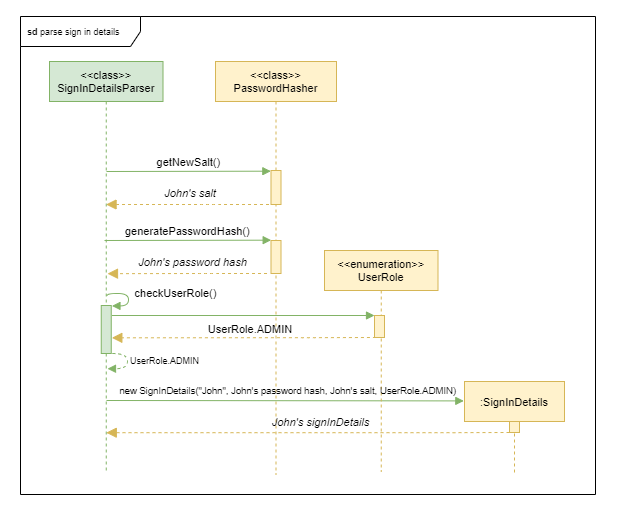
The draw.io diagram docs/developerGuideDiagrams/refFrameRegistration.png in theeugenechong/tp, before a commit. Source tidied: cells renumbered, new cells last; positions are measured from the earlier drawing's top-left corner, leaving out a move shared by most shapes. Its diagram source:
```xml
<mxGraphModel>
  <root>
    <mxCell id="0" />
    <mxCell id="1" parent="0" />
    <mxCell id="2" style="rounded=0;whiteSpace=wrap;html=1;fontSize=9;strokeColor=#FFFFFF;" parent="1" vertex="1">
      <mxGeometry width="618" height="522" as="geometry" />
    </mxCell>
    <mxCell id="3" value="&lt;b&gt;sd &lt;/b&gt;parse sign in details" style="shape=umlFrame;whiteSpace=wrap;html=1;width=120;height=30;boundedLbl=1;verticalAlign=middle;align=left;spacingLeft=5;fontSize=9;" parent="1" vertex="1">
      <mxGeometry x="20" y="16" width="575" height="478" as="geometry" />
    </mxCell>
    <mxCell id="4" value="&lt;&lt;class&gt;&gt;&#10;SignInDetailsParser" style="shape=umlLifeline;perimeter=lifelinePerimeter;rounded=0;shadow=0;strokeWidth=1;fontFamily=Helvetica;fontSize=11;fillColor=#d5e8d4;strokeColor=#82b366;" parent="1" vertex="1">
      <mxGeometry x="49" y="61" width="113.5" height="412" as="geometry" />
    </mxCell>
    <mxCell id="5" value="getNewSalt()" style="verticalAlign=bottom;endArrow=block;shadow=0;strokeWidth=1;fontFamily=Helvetica;fontSize=11;fillColor=#d5e8d4;strokeColor=#82b366;entryX=-0.017;entryY=0.02;entryDx=0;entryDy=0;entryPerimeter=0;" parent="4" edge="1" target="10">
      <mxGeometry relative="1" as="geometry">
        <mxPoint x="57" y="110" as="sourcePoint" />
      </mxGeometry>
    </mxCell>
    <mxCell id="6" style="curved=1;endArrow=block;html=1;rounded=0;fontFamily=Helvetica;fontSize=11;edgeStyle=orthogonalEdgeStyle;exitX=1.052;exitY=0.177;exitDx=0;exitDy=0;exitPerimeter=0;fillColor=#d5e8d4;strokeColor=#82b366;entryX=1.07;entryY=0.009;entryDx=0;entryDy=0;entryPerimeter=0;endFill=1;" parent="4" edge="1" target="7">
      <mxGeometry relative="1" as="geometry">
        <mxPoint x="57.5" y="234.3" as="sourcePoint" />
        <Array as="points">
          <mxPoint x="57" y="232" />
          <mxPoint x="79" y="232" />
          <mxPoint x="79" y="244" />
        </Array>
      </mxGeometry>
    </mxCell>
    <mxCell id="7" style="points=[];perimeter=orthogonalPerimeter;rounded=0;shadow=0;strokeWidth=1;fontFamily=Helvetica;fontSize=11;fillColor=#d5e8d4;strokeColor=#82b366;" parent="4" vertex="1">
      <mxGeometry x="51.8" y="244" width="10" height="48" as="geometry" />
    </mxCell>
    <mxCell id="8" style="curved=1;endArrow=block;html=1;rounded=0;fontFamily=Helvetica;fontSize=11;edgeStyle=orthogonalEdgeStyle;exitX=0.976;exitY=1;exitDx=0;exitDy=0;exitPerimeter=0;entryX=1.1;entryY=0.887;entryDx=0;entryDy=0;entryPerimeter=0;dashed=1;fillColor=#d5e8d4;strokeColor=#82b366;endFill=1;" parent="4" edge="1">
      <mxGeometry relative="1" as="geometry">
        <mxPoint x="62.8" y="292" as="sourcePoint" />
        <mxPoint x="58" y="307.2" as="targetPoint" />
        <Array as="points">
          <mxPoint x="78" y="292" />
          <mxPoint x="78" y="307" />
        </Array>
      </mxGeometry>
    </mxCell>
    <mxCell id="9" value="&lt;&lt;class&gt;&gt;&#10;PasswordHasher" style="shape=umlLifeline;perimeter=lifelinePerimeter;rounded=0;shadow=0;strokeWidth=1;fontFamily=Helvetica;fontSize=11;fillColor=#fff2cc;strokeColor=#d6b656;" parent="1" vertex="1">
      <mxGeometry x="215" y="61" width="121" height="413" as="geometry" />
    </mxCell>
    <mxCell id="10" style="points=[];perimeter=orthogonalPerimeter;rounded=0;shadow=0;strokeWidth=1;fontFamily=Helvetica;fontSize=11;fillColor=#fff2cc;strokeColor=#d6b656;" parent="9" vertex="1">
      <mxGeometry x="55.5" y="109" width="10" height="34" as="geometry" />
    </mxCell>
    <mxCell id="11" value="generatePasswordHash()" style="verticalAlign=bottom;endArrow=block;shadow=0;strokeWidth=1;fontFamily=Helvetica;fontSize=11;fillColor=#d5e8d4;strokeColor=#82b366;entryX=0.017;entryY=-0.01;entryDx=0;entryDy=0;entryPerimeter=0;" parent="9" edge="1" target="12">
      <mxGeometry relative="1" as="geometry">
        <mxPoint x="-111" y="179" as="sourcePoint" />
      </mxGeometry>
    </mxCell>
    <mxCell id="12" style="points=[];perimeter=orthogonalPerimeter;rounded=0;shadow=0;strokeWidth=1;fontFamily=Helvetica;fontSize=11;fillColor=#fff2cc;strokeColor=#d6b656;" parent="9" vertex="1">
      <mxGeometry x="55.5" y="179" width="10" height="33" as="geometry" />
    </mxCell>
    <mxCell id="13" style="verticalAlign=bottom;endArrow=block;dashed=1;endSize=8;shadow=0;strokeWidth=1;fontFamily=Helvetica;fontSize=11;fillColor=#fff2cc;strokeColor=#d6b656;exitX=0.217;exitY=0.985;exitDx=0;exitDy=0;exitPerimeter=0;endFill=1;entryX=0.511;entryY=0.515;entryDx=0;entryDy=0;entryPerimeter=0;" parent="9" edge="1" target="4">
      <mxGeometry x="0.01" relative="1" as="geometry">
        <mxPoint x="51.5" y="212" as="sourcePoint" />
        <Array as="points">
          <mxPoint x="-9" y="212" />
        </Array>
      </mxGeometry>
    </mxCell>
    <mxCell id="14" style="verticalAlign=bottom;endArrow=block;shadow=0;strokeWidth=1;fontFamily=Helvetica;fontSize=11;fillColor=#d5e8d4;strokeColor=#82b366;entryX=-0.007;entryY=0.211;entryDx=0;entryDy=0;entryPerimeter=0;" parent="9" edge="1" target="25">
      <mxGeometry relative="1" as="geometry">
        <mxPoint x="-109" y="339" as="sourcePoint" />
      </mxGeometry>
    </mxCell>
    <mxCell id="15" style="verticalAlign=bottom;endArrow=block;dashed=1;endSize=8;shadow=0;strokeWidth=1;fontFamily=Helvetica;fontSize=11;fillColor=#fff2cc;strokeColor=#d6b656;exitX=0.217;exitY=0.985;exitDx=0;exitDy=0;exitPerimeter=0;endFill=1;" parent="1" edge="1">
      <mxGeometry x="0.01" relative="1" as="geometry">
        <mxPoint x="268.5" y="204" as="sourcePoint" />
        <mxPoint x="105.6" y="204" as="targetPoint" />
        <Array as="points">
          <mxPoint x="208" y="204" />
        </Array>
      </mxGeometry>
    </mxCell>
    <mxCell id="16" value="&lt;i style=&quot;font-size: 11px;&quot;&gt;John's salt&lt;/i&gt;" style="text;html=1;strokeColor=none;fillColor=none;align=center;verticalAlign=middle;whiteSpace=wrap;rounded=0;fontSize=11;" parent="1" vertex="1">
      <mxGeometry x="160" y="182" width="60" height="22" as="geometry" />
    </mxCell>
    <mxCell id="17" value="&lt;i style=&quot;font-size: 11px;&quot;&gt;John's password hash&lt;/i&gt;" style="text;html=1;strokeColor=none;fillColor=none;align=center;verticalAlign=middle;whiteSpace=wrap;rounded=0;fontSize=11;" parent="1" vertex="1">
      <mxGeometry x="128" y="251" width="129" height="22" as="geometry" />
    </mxCell>
    <mxCell id="18" value="checkUserRole()" style="text;html=1;strokeColor=none;fillColor=none;align=center;verticalAlign=middle;whiteSpace=wrap;rounded=0;fontSize=11;" parent="1" vertex="1">
      <mxGeometry x="125.5" y="284" width="98.5" height="17" as="geometry" />
    </mxCell>
    <mxCell id="19" style="verticalAlign=bottom;endArrow=block;shadow=0;strokeWidth=1;fontFamily=Helvetica;fontSize=11;fillColor=#d5e8d4;strokeColor=#82b366;" parent="1" edge="1">
      <mxGeometry relative="1" as="geometry">
        <mxPoint x="111.5" y="315" as="sourcePoint" />
        <mxPoint x="374" y="315" as="targetPoint" />
      </mxGeometry>
    </mxCell>
    <mxCell id="20" value="&lt;&lt;enumeration&gt;&gt;&#10;UserRole" style="shape=umlLifeline;perimeter=lifelinePerimeter;rounded=0;shadow=0;strokeWidth=1;fontFamily=Helvetica;fontSize=11;fillColor=#fff2cc;strokeColor=#d6b656;" parent="1" vertex="1">
      <mxGeometry x="324" y="250" width="113.5" height="221" as="geometry" />
    </mxCell>
    <mxCell id="21" style="perimeter=orthogonalPerimeter;rounded=0;shadow=0;strokeWidth=1;fontFamily=Helvetica;fontSize=11;fillColor=#fff2cc;strokeColor=#d6b656;" parent="20" vertex="1">
      <mxGeometry x="50" y="65" width="10" height="22" as="geometry" />
    </mxCell>
    <mxCell id="22" style="verticalAlign=bottom;endArrow=block;dashed=1;endSize=8;shadow=0;strokeWidth=1;fontFamily=Helvetica;fontSize=11;fillColor=#fff2cc;strokeColor=#d6b656;exitX=0.043;exitY=0.992;exitDx=0;exitDy=0;exitPerimeter=0;endFill=1;" parent="20" edge="1" target="4">
      <mxGeometry x="0.01" relative="1" as="geometry">
        <mxPoint x="185" y="182" as="sourcePoint" />
        <Array as="points">
          <mxPoint x="120" y="182.2" />
        </Array>
      </mxGeometry>
    </mxCell>
    <mxCell id="23" value="UserRole.ADMIN" style="text;html=1;strokeColor=none;fillColor=none;align=center;verticalAlign=middle;whiteSpace=wrap;rounded=0;fontSize=11;" parent="1" vertex="1">
      <mxGeometry x="220" y="314" width="60" height="30" as="geometry" />
    </mxCell>
    <mxCell id="24" value="UserRole.ADMIN" style="text;html=1;strokeColor=none;fillColor=none;align=center;verticalAlign=middle;whiteSpace=wrap;rounded=0;fontSize=9;" parent="1" vertex="1">
      <mxGeometry x="121" y="345" width="87" height="30" as="geometry" />
    </mxCell>
    <mxCell id="25" value=":SignInDetails" style="shape=umlLifeline;perimeter=lifelinePerimeter;rounded=0;shadow=0;strokeWidth=1;fontFamily=Helvetica;fontSize=11;fillColor=#fff2cc;strokeColor=#d6b656;" parent="1" vertex="1">
      <mxGeometry x="464" y="381" width="100" height="92" as="geometry" />
    </mxCell>
    <mxCell id="26" style="perimeter=orthogonalPerimeter;rounded=0;shadow=0;strokeWidth=1;fontFamily=Helvetica;fontSize=11;fillColor=#fff2cc;strokeColor=#d6b656;" parent="25" vertex="1">
      <mxGeometry x="45" y="40" width="10" height="11" as="geometry" />
    </mxCell>
    <mxCell id="27" value="new SignInDetails(&quot;John&quot;, John's password hash, John's salt, UserRole.ADMIN)" style="text;html=1;strokeColor=none;fillColor=none;align=center;verticalAlign=middle;whiteSpace=wrap;rounded=0;fontSize=9.5;" parent="1" vertex="1">
      <mxGeometry x="110" y="382" width="355" height="17" as="geometry" />
    </mxCell>
    <mxCell id="28" value="&lt;i&gt;John's signInDetails&lt;/i&gt;" style="text;html=1;strokeColor=none;fillColor=none;align=center;verticalAlign=middle;whiteSpace=wrap;rounded=0;fontSize=11;" parent="1" vertex="1">
      <mxGeometry x="258" y="414" width="125" height="17" as="geometry" />
    </mxCell>
    <mxCell id="29" style="verticalAlign=bottom;endArrow=block;dashed=1;endSize=8;shadow=0;strokeWidth=1;fontFamily=Helvetica;fontSize=11;fillColor=#fff2cc;strokeColor=#d6b656;exitX=0.043;exitY=0.992;exitDx=0;exitDy=0;exitPerimeter=0;endFill=1;entryX=0.958;entryY=0.711;entryDx=0;entryDy=0;entryPerimeter=0;" parent="1" edge="1">
      <mxGeometry x="0.01" relative="1" as="geometry">
        <mxPoint x="375.4" y="337" as="sourcePoint" />
        <mxPoint x="111.3" y="337.3" as="targetPoint" />
        <Array as="points">
          <mxPoint x="308.4" y="337.2" />
        </Array>
      </mxGeometry>
    </mxCell>
  </root>
</mxGraphModel>
```
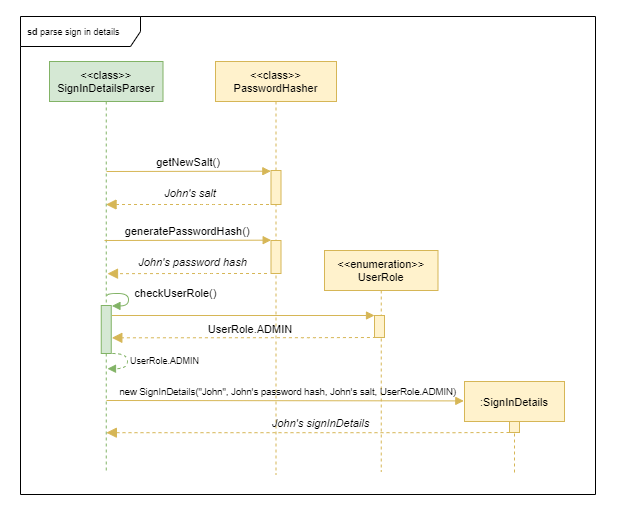
The same file after the commit.

Commit message:
Fix colour of ref diagram

The edit, as a diff of the source:
```diff
@@ -11,7 +11,7 @@
     <mxCell id="4" value="&lt;&lt;class&gt;&gt;&#10;SignInDetailsParser" style="shape=umlLifeline;perimeter=lifelinePerimeter;rounded=0;shadow=0;strokeWidth=1;fontFamily=Helvetica;fontSize=11;fillColor=#d5e8d4;strokeColor=#82b366;" parent="1" vertex="1">
       <mxGeometry x="49" y="61" width="113.5" height="412" as="geometry" />
     </mxCell>
-    <mxCell id="5" value="getNewSalt()" style="verticalAlign=bottom;endArrow=block;shadow=0;strokeWidth=1;fontFamily=Helvetica;fontSize=11;fillColor=#d5e8d4;strokeColor=#82b366;entryX=-0.017;entryY=0.02;entryDx=0;entryDy=0;entryPerimeter=0;" parent="4" edge="1" target="10">
+    <mxCell id="5" value="getNewSalt()" style="verticalAlign=bottom;endArrow=block;shadow=0;strokeWidth=1;fontFamily=Helvetica;fontSize=11;fillColor=#fff2cc;strokeColor=#d6b656;entryX=-0.017;entryY=0.02;entryDx=0;entryDy=0;entryPerimeter=0;" parent="4" edge="1" target="10">
       <mxGeometry relative="1" as="geometry">
         <mxPoint x="57" y="110" as="sourcePoint" />
       </mxGeometry>
@@ -45,7 +45,7 @@
     <mxCell id="10" style="points=[];perimeter=orthogonalPerimeter;rounded=0;shadow=0;strokeWidth=1;fontFamily=Helvetica;fontSize=11;fillColor=#fff2cc;strokeColor=#d6b656;" parent="9" vertex="1">
       <mxGeometry x="55.5" y="109" width="10" height="34" as="geometry" />
     </mxCell>
-    <mxCell id="11" value="generatePasswordHash()" style="verticalAlign=bottom;endArrow=block;shadow=0;strokeWidth=1;fontFamily=Helvetica;fontSize=11;fillColor=#d5e8d4;strokeColor=#82b366;entryX=0.017;entryY=-0.01;entryDx=0;entryDy=0;entryPerimeter=0;" parent="9" edge="1" target="12">
+    <mxCell id="11" value="generatePasswordHash()" style="verticalAlign=bottom;endArrow=block;shadow=0;strokeWidth=1;fontFamily=Helvetica;fontSize=11;fillColor=#fff2cc;strokeColor=#d6b656;entryX=0.017;entryY=-0.01;entryDx=0;entryDy=0;entryPerimeter=0;" parent="9" edge="1" target="12">
       <mxGeometry relative="1" as="geometry">
         <mxPoint x="-111" y="179" as="sourcePoint" />
       </mxGeometry>
@@ -61,7 +61,7 @@
         </Array>
       </mxGeometry>
     </mxCell>
-    <mxCell id="14" style="verticalAlign=bottom;endArrow=block;shadow=0;strokeWidth=1;fontFamily=Helvetica;fontSize=11;fillColor=#d5e8d4;strokeColor=#82b366;entryX=-0.007;entryY=0.211;entryDx=0;entryDy=0;entryPerimeter=0;" parent="9" edge="1" target="25">
+    <mxCell id="14" style="verticalAlign=bottom;endArrow=block;shadow=0;strokeWidth=1;fontFamily=Helvetica;fontSize=11;fillColor=#fff2cc;strokeColor=#d6b656;entryX=-0.007;entryY=0.211;entryDx=0;entryDy=0;entryPerimeter=0;" parent="9" edge="1" target="25">
       <mxGeometry relative="1" as="geometry">
         <mxPoint x="-109" y="339" as="sourcePoint" />
       </mxGeometry>
@@ -84,7 +84,7 @@
     <mxCell id="18" value="checkUserRole()" style="text;html=1;strokeColor=none;fillColor=none;align=center;verticalAlign=middle;whiteSpace=wrap;rounded=0;fontSize=11;" parent="1" vertex="1">
       <mxGeometry x="125.5" y="284" width="98.5" height="17" as="geometry" />
     </mxCell>
-    <mxCell id="19" style="verticalAlign=bottom;endArrow=block;shadow=0;strokeWidth=1;fontFamily=Helvetica;fontSize=11;fillColor=#d5e8d4;strokeColor=#82b366;" parent="1" edge="1">
+    <mxCell id="19" style="verticalAlign=bottom;endArrow=block;shadow=0;strokeWidth=1;fontFamily=Helvetica;fontSize=11;fillColor=#fff2cc;strokeColor=#d6b656;" parent="1" edge="1">
       <mxGeometry relative="1" as="geometry">
         <mxPoint x="111.5" y="315" as="sourcePoint" />
         <mxPoint x="374" y="315" as="targetPoint" />
```
